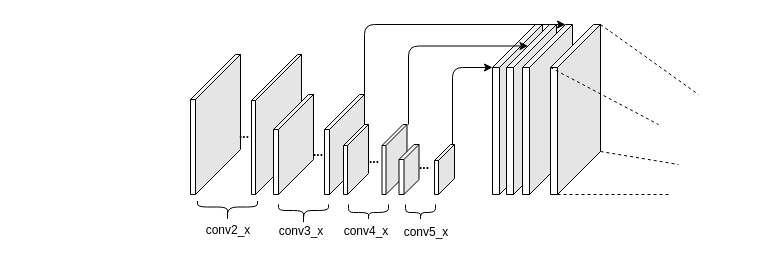
Earlier version of the draw.io diagram Untitled Diagram.drawio (zhipeng-ne/myLeetcode). Source tidied: cells renumbered, new cells numbered last; positions are measured from the earlier drawing's top-left corner, leaving out a move shared by most shapes. Both pictures are drawn from the tidied source at 100%, with x=0, y=0 at pixel (190, 24). Pictures stored in the file or linked from it are replaced by grey dashed boxes.
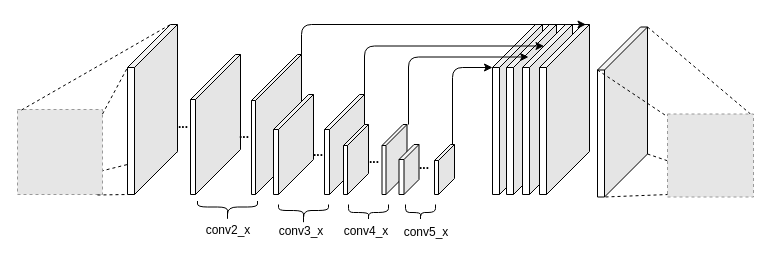
The same page after the edit.

Unchanged cells that the change refers to:
```xml
<mxCell id="4" style="shape=cube;whiteSpace=wrap;html=1;boundedLbl=1;backgroundOutline=1;darkOpacity=0.05;darkOpacity2=0.1;flipH=1;size=46;" parent="1" vertex="1">
  <mxGeometry x="61" y="30" width="50" height="140" as="geometry" />
</mxCell>
<mxCell id="9" style="shape=cube;whiteSpace=wrap;html=1;boundedLbl=1;backgroundOutline=1;darkOpacity=0.05;darkOpacity2=0.1;flipH=1;size=35;" parent="1" vertex="1">
  <mxGeometry x="134" y="70" width="40" height="100" as="geometry" />
</mxCell>
<mxCell id="19" style="shape=cube;whiteSpace=wrap;html=1;boundedLbl=1;backgroundOutline=1;darkOpacity=0.05;darkOpacity2=0.1;flipH=1;size=43;" parent="1" vertex="1">
  <mxGeometry x="316" width="50" height="170" as="geometry" />
</mxCell>
<mxCell id="20" style="shape=cube;whiteSpace=wrap;html=1;boundedLbl=1;backgroundOutline=1;darkOpacity=0.05;darkOpacity2=0.1;flipH=1;size=43;" parent="1" vertex="1">
  <mxGeometry x="332" width="50" height="170" as="geometry" />
</mxCell>
```

Diff of the diagram source:
```diff
@@
     <mxCell id="21" style="shape=cube;whiteSpace=wrap;html=1;boundedLbl=1;backgroundOutline=1;darkOpacity=0.05;darkOpacity2=0.1;flipH=1;size=43;" parent="1" vertex="1">
-      <mxGeometry x="360" width="50" height="170" as="geometry" />
+      <mxGeometry x="407" y="2.5" width="50" height="170" as="geometry" />
     </mxCell>
@@
-    <mxCell id="26" style="edgeStyle=segmentEdgeStyle;endArrow=classic;html=1;entryX=0;entryY=0;entryDx=28.5;entryDy=21.5;entryPerimeter=0;" parent="1" edge="1" target="19">
+    <mxCell id="26" style="edgeStyle=segmentEdgeStyle;endArrow=classic;html=1;" parent="1" edge="1">
       <mxGeometry relative="1" as="geometry">
         <mxPoint x="218" y="100" as="sourcePoint" />
+        <mxPoint x="338" y="32.5" as="targetPoint" />
         <Array as="points">
-          <mxPoint x="218" y="22" />
+          <mxPoint x="218" y="32.5" />
+          <mxPoint x="338" y="32.5" />
         </Array>
       </mxGeometry>
     </mxCell>
-    <mxCell id="27" style="edgeStyle=segmentEdgeStyle;endArrow=classic;html=1;exitX=0;exitY=0;exitDx=0;exitDy=0;exitPerimeter=0;entryX=0;entryY=0;entryDx=7;entryDy=0;entryPerimeter=0;" parent="1" edge="1" source="9" target="20">
+    <mxCell id="27" style="edgeStyle=segmentEdgeStyle;endArrow=classic;html=1;exitX=0;exitY=0;exitDx=0;exitDy=0;exitPerimeter=0;entryX=0;entryY=0;entryDx=28.5;entryDy=21.5;entryPerimeter=0;" parent="1" edge="1" source="9" target="20">
       <mxGeometry relative="1" as="geometry">
         <Array as="points">
-          <mxPoint x="174" />
+          <mxPoint x="174" y="21.5" />
         </Array>
       </mxGeometry>
     </mxCell>
@@
-    <mxCell id="29" style="endArrow=none;dashed=1;html=1;exitX=0;exitY=0;exitDx=0;exitDy=0;exitPerimeter=0;" parent="1" edge="1" source="21">
-      <mxGeometry relative="1" as="geometry">
-        <mxPoint x="508" y="70" as="targetPoint" />
-      </mxGeometry>
+    <mxCell id="29" style="endArrow=none;dashed=1;html=1;exitX=0;exitY=0;exitDx=0;exitDy=0;exitPerimeter=0;entryX=0.965;entryY=0;entryDx=0;entryDy=0;entryPerimeter=0;" parent="1" edge="1" source="21" target="36">
+      <mxGeometry relative="1" as="geometry" />
     </mxCell>
     <mxCell id="30" style="endArrow=none;dashed=1;html=1;exitX=0;exitY=0;exitDx=50;exitDy=43;exitPerimeter=0;" parent="1" edge="1" source="21">
       <mxGeometry relative="1" as="geometry">
-        <mxPoint x="468" y="100" as="targetPoint" />
+        <mxPoint x="476" y="91.5" as="targetPoint" />
       </mxGeometry>
     </mxCell>
@@
+    <mxCell id="33" style="shape=cube;whiteSpace=wrap;html=1;boundedLbl=1;backgroundOutline=1;darkOpacity=0.05;darkOpacity2=0.1;flipH=1;size=43;" parent="1" vertex="1">
+      <mxGeometry x="349" width="50" height="170" as="geometry" />
+    </mxCell>
+    <mxCell id="34" value="&lt;b&gt;...&lt;/b&gt;&lt;br&gt;" style="text;html=1;strokeColor=none;fillColor=none;align=center;verticalAlign=middle;whiteSpace=wrap;rounded=0;" parent="1" vertex="1">
+      <mxGeometry x="-27" y="82.5" width="40" height="35" as="geometry" />
+    </mxCell>
+    <mxCell id="35" style="endArrow=none;dashed=1;html=1;entryX=0;entryY=0;entryDx=0;entryDy=127;entryPerimeter=0;" parent="1" edge="1">
+      <mxGeometry relative="1" as="geometry">
+        <mxPoint x="-113" y="152.5" as="sourcePoint" />
+        <mxPoint x="-13" y="127.5" as="targetPoint" />
+      </mxGeometry>
+    </mxCell>
+    <mxCell id="36" style="fillColor=#E6E6E6;strokeColor=#999999;dashed=1;verticalLabelPosition=bottom;labelBackgroundColor=#ffffff;verticalAlign=top;" parent="1" vertex="1">
+      <mxGeometry x="477" y="89.5" width="86" height="83" as="geometry" />
+    </mxCell>
+    <mxCell id="37" style="fillColor=#E6E6E6;strokeColor=#999999;dashed=1;verticalLabelPosition=bottom;labelBackgroundColor=#ffffff;verticalAlign=top;" parent="1" vertex="1">
+      <mxGeometry x="-173" y="85" width="85" height="85" as="geometry" />
+    </mxCell>
+    <mxCell id="38" style="endArrow=none;dashed=1;html=1;entryX=1;entryY=1;entryDx=0;entryDy=0;entryPerimeter=0;" parent="1" edge="1" target="39">
+      <mxGeometry relative="1" as="geometry">
+        <mxPoint x="-93" y="170.5" as="sourcePoint" />
+      </mxGeometry>
+    </mxCell>
+    <mxCell id="39" style="shape=cube;whiteSpace=wrap;html=1;boundedLbl=1;backgroundOutline=1;darkOpacity=0.05;darkOpacity2=0.1;flipH=1;size=43;" parent="1" vertex="1">
+      <mxGeometry x="-63" width="50" height="170" as="geometry" />
+    </mxCell>
+    <mxCell id="40" style="endArrow=none;dashed=1;html=1;entryX=0;entryY=0;entryDx=50;entryDy=43;entryPerimeter=0;exitX=1;exitY=0.053;exitDx=0;exitDy=0;exitPerimeter=0;" parent="1" edge="1" source="37" target="39">
+      <mxGeometry relative="1" as="geometry" />
+    </mxCell>
+    <mxCell id="41" style="endArrow=none;dashed=1;html=1;entryX=0;entryY=0;entryDx=7;entryDy=0;entryPerimeter=0;exitX=0.047;exitY=0.006;exitDx=0;exitDy=0;exitPerimeter=0;" parent="1" edge="1" source="37" target="39">
+      <mxGeometry relative="1" as="geometry" />
+    </mxCell>
+    <mxCell id="42" style="edgeStyle=segmentEdgeStyle;endArrow=classic;html=1;exitX=0;exitY=0;exitDx=0;exitDy=0;exitPerimeter=0;entryX=0;entryY=0;entryDx=3.5;entryDy=0;entryPerimeter=0;" parent="1" edge="1" source="4" target="33">
+      <mxGeometry relative="1" as="geometry">
+        <Array as="points">
+          <mxPoint x="111" y="0.5" />
+        </Array>
+      </mxGeometry>
+    </mxCell>
```
